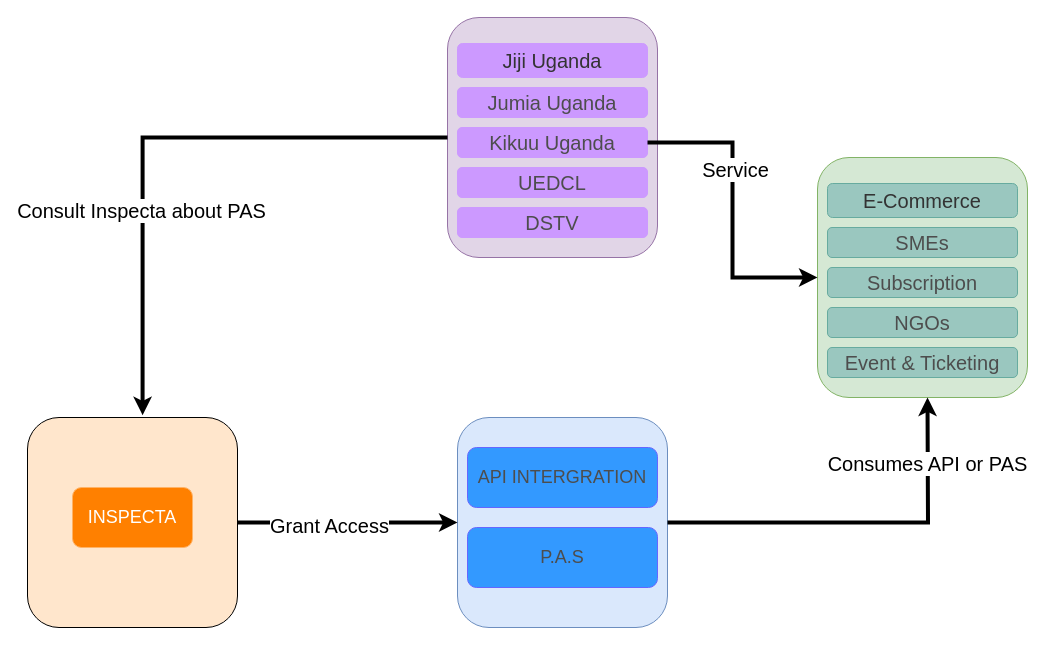
The draw.io diagram page "Inspecta ecosystem" (1 of 3) of Inspecta Diagram.drawio in dabiko/draw-io, before the edit. Source tidied: cells renumbered, new cells numbered last; positions are measured from the earlier drawing's top-left corner, leaving out a move shared by most shapes. Both pictures are drawn from the tidied source at 100%, with x=0, y=0 at pixel (27, 17).
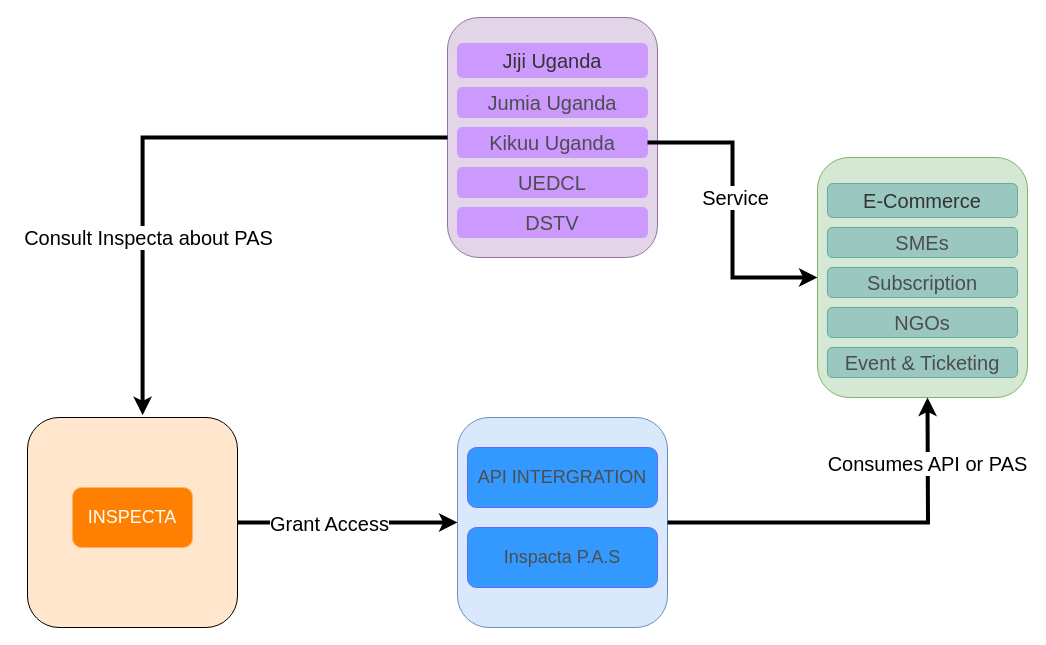
Above is the later version.

Unchanged cells that the change refers to:
```xml
<mxCell id="5" style="group;" parent="1" vertex="1">
  <mxGeometry x="430" y="400" width="210" height="210" as="geometry" />
</mxCell>
<mxCell id="23" style="edgeStyle=orthogonalEdgeStyle;rounded=0;jettySize=auto;html=1;entryX=0;entryY=0.5;entryDx=0;entryDy=0;strokeWidth=4;flowAnimation=1;" parent="1" edge="1" source="3" target="6">
  <mxGeometry relative="1" as="geometry" />
</mxCell>
<mxCell id="27" style="edgeStyle=orthogonalEdgeStyle;rounded=0;jettySize=auto;html=1;strokeWidth=4;entryX=0.548;entryY=-0.011;entryDx=0;entryDy=0;entryPerimeter=0;flowAnimation=1;" parent="1" edge="1" source="17" target="3">
  <mxGeometry relative="1" as="geometry" />
</mxCell>
<mxCell id="29" style="edgeStyle=orthogonalEdgeStyle;rounded=0;jettySize=auto;html=1;strokeWidth=4;flowAnimation=1;" parent="1" edge="1" source="20" target="10">
  <mxGeometry relative="1" as="geometry" />
</mxCell>
```

Diff of the diagram source:
```diff
@@
-    <mxCell id="7" value="&lt;font color=&quot;#4d4d4d&quot; style=&quot;font-size: 18px;&quot;&gt;P.A.S&lt;/font&gt;" style="rounded=1;whiteSpace=wrap;html=1;fillColor=#3399FF;fontColor=#ffffff;strokeColor=#6666FF;" parent="5" vertex="1">
+    <mxCell id="7" value="&lt;font color=&quot;#4d4d4d&quot; style=&quot;font-size: 18px;&quot;&gt;Inspacta P.A.S&lt;/font&gt;" style="rounded=1;whiteSpace=wrap;html=1;fillColor=#3399FF;fontColor=#ffffff;strokeColor=#6666FF;" parent="5" vertex="1">
       <mxGeometry x="10" y="110" width="190" height="60" as="geometry" />
     </mxCell>
@@
     <mxCell id="24" value="&lt;font style=&quot;font-size: 20px;&quot;&gt;Grant Access&lt;/font&gt;" style="edgeLabel;html=1;align=center;verticalAlign=middle;" parent="23" vertex="1">
-      <mxGeometry x="-0.17" y="-2" relative="1" as="geometry" />
+      <mxGeometry x="-0.17" y="-2" relative="1" as="geometry">
+        <mxPoint y="-2" as="offset" />
+      </mxGeometry>
     </mxCell>
@@
     <mxCell id="28" value="&lt;font style=&quot;font-size: 20px;&quot;&gt;Consult Inspecta about PAS&lt;/font&gt;" style="edgeLabel;html=1;align=center;verticalAlign=middle;" parent="27" vertex="1">
       <mxGeometry x="0.29" y="-2" relative="1" as="geometry">
-        <mxPoint y="1" as="offset" />
+        <mxPoint x="7" y="28" as="offset" />
       </mxGeometry>
     </mxCell>
@@
     <mxCell id="30" value="&lt;font style=&quot;font-size: 20px;&quot;&gt;Service&lt;/font&gt;" style="edgeLabel;html=1;align=center;verticalAlign=middle;" parent="29" vertex="1">
-      <mxGeometry x="-0.27" y="2" relative="1" as="geometry" />
+      <mxGeometry x="-0.27" y="2" relative="1" as="geometry">
+        <mxPoint y="28" as="offset" />
+      </mxGeometry>
     </mxCell>
```
